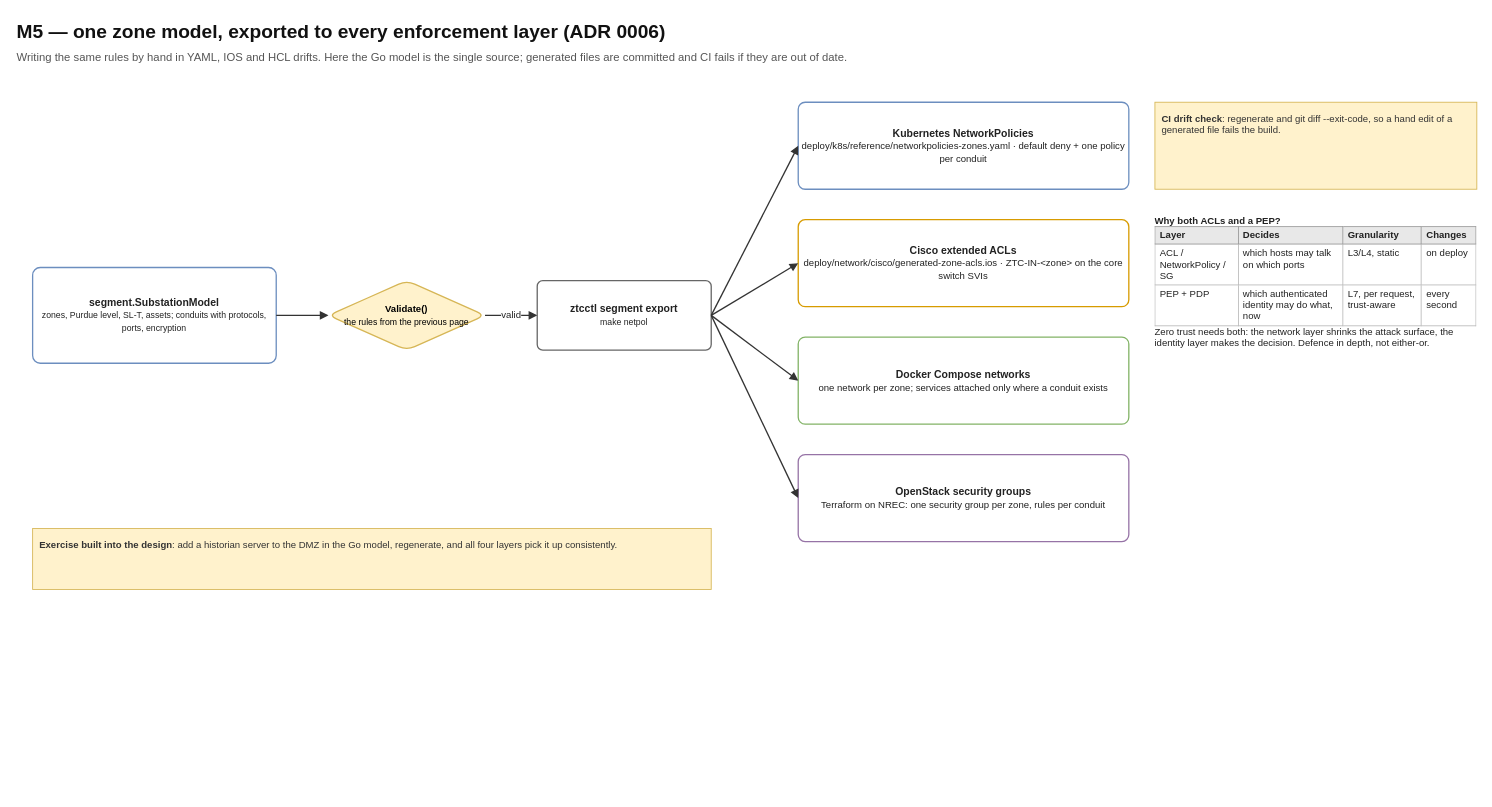
Above: page "One model, four layers" (2 of 2) of Docs/diagrams/10-m5-iec62443-zones.drawio in philipfleischer/zero-trust-continuum (draw.io), before the change. Source tidied: cells renumbered, new cells numbered last; positions are measured from the earlier drawing's top-left corner, leaving out a move shared by most shapes. Both pictures are drawn from the tidied source at 87%, with x=0, y=0 at pixel (15, 15).
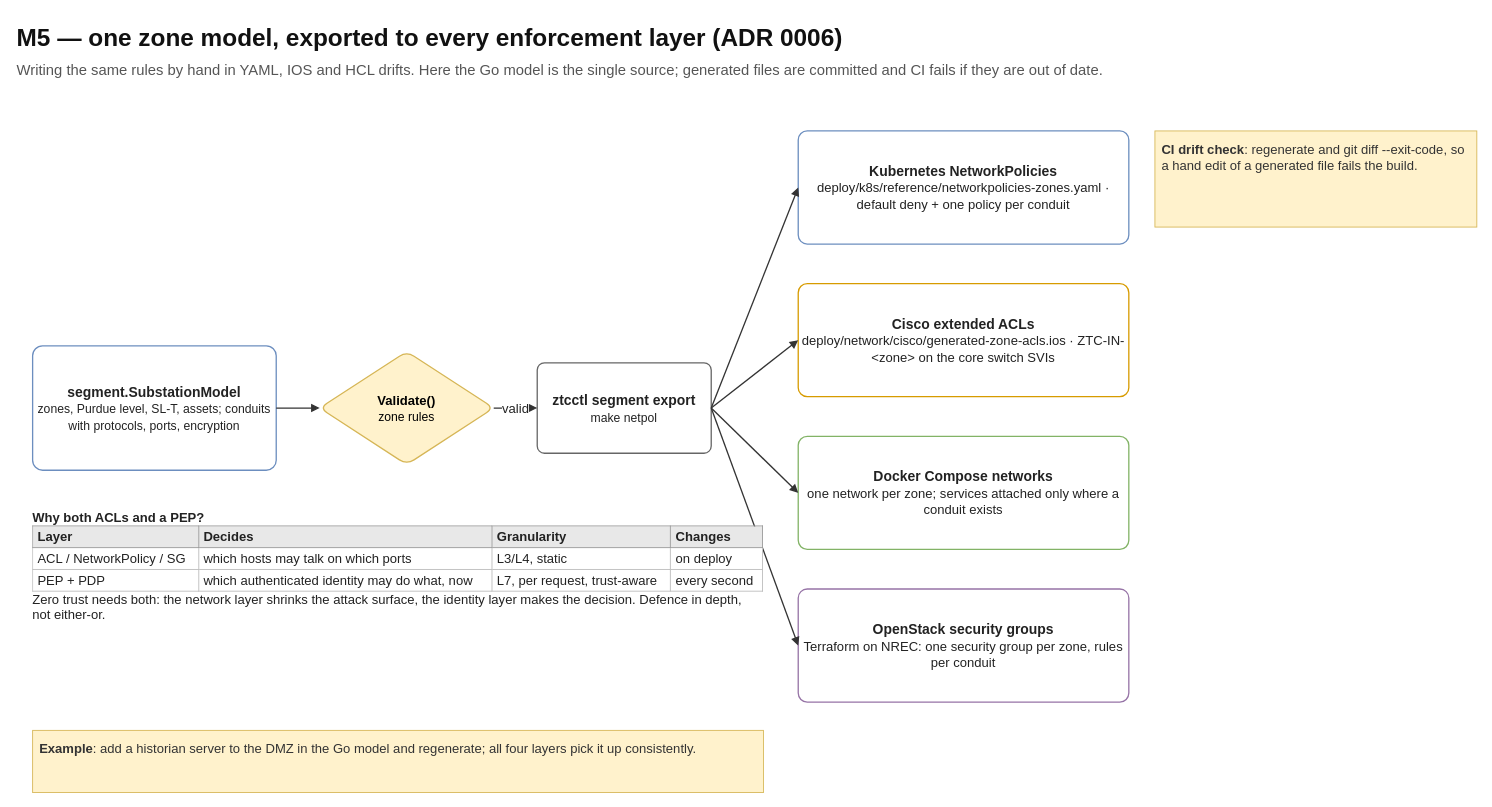
Above is the later version.

Change to the diagram source:
```diff
@@
 <mxGraphModel background="#FFFFFF">
   <root>
     <mxCell id="0" />
     <mxCell id="1" parent="0" />
-    <mxCell id="2" value="M5 — one zone model, exported to every enforcement layer (ADR 0006)" style="whiteSpace=wrap;html=1;fontFamily=Helvetica;text;align=left;verticalAlign=top;fontSize=22;fontStyle=1;fontColor=#111111;" parent="1" vertex="1">
-      <mxGeometry width="1600" height="32" as="geometry" />
+    <mxCell id="2" value="M5 — one zone model, exported to every enforcement layer (ADR 0006)" style="whiteSpace=wrap;html=1;fontFamily=Helvetica;text;align=left;verticalAlign=top;fontSize=28;fontStyle=1;fontColor=#111111;" parent="1" vertex="1">
+      <mxGeometry y="3" width="1600" height="41.6" as="geometry" />
     </mxCell>
-    <mxCell id="3" value="Writing the same rules by hand in YAML, IOS and HCL drifts. Here the Go model is the single source; generated files are committed and CI fails if they are out of date." style="whiteSpace=wrap;html=1;fontFamily=Helvetica;text;align=left;verticalAlign=top;fontSize=13;fontColor=#555555;" parent="1" vertex="1">
-      <mxGeometry y="34" width="1600" height="34" as="geometry" />
+    <mxCell id="3" value="Writing the same rules by hand in YAML, IOS and HCL drifts. Here the Go model is the single source; generated files are committed and CI fails if they are out of date." style="whiteSpace=wrap;html=1;fontFamily=Helvetica;text;align=left;verticalAlign=top;fontSize=17;fontColor=#555555;" parent="1" vertex="1">
+      <mxGeometry y="47.2" width="1600" height="44.2" as="geometry" />
     </mxCell>
-    <mxCell id="4" value="&lt;b&gt;segment.SubstationModel&lt;/b&gt;&lt;br&gt;&lt;span style=&quot;font-size:10px&quot;&gt;zones, Purdue level, SL-T, assets; conduits with protocols, ports, encryption&lt;/span&gt;" style="whiteSpace=wrap;html=1;fontFamily=Helvetica;rounded=1;arcSize=8;fillColor=#ffffff;strokeColor=#6c8ebf;strokeWidth=1.5;fontSize=12;fontColor=#222222;verticalAlign=middle;spacing=4;" parent="1" vertex="1">
-      <mxGeometry x="20" y="290" width="280" height="110" as="geometry" />
+    <mxCell id="4" value="&lt;b&gt;segment.SubstationModel&lt;/b&gt;&lt;br&gt;&lt;span style=&quot;font-size:14px&quot;&gt;zones, Purdue level, SL-T, assets; conduits with protocols, ports, encryption&lt;/span&gt;" style="whiteSpace=wrap;html=1;fontFamily=Helvetica;rounded=1;arcSize=8;fillColor=#ffffff;strokeColor=#6c8ebf;strokeWidth=1.5;fontSize=16;fontColor=#222222;verticalAlign=middle;spacing=4;" parent="1" vertex="1">
+      <mxGeometry x="20" y="380" width="280" height="143" as="geometry" />
     </mxCell>
-    <mxCell id="5" value="&lt;b&gt;Validate()&lt;/b&gt;&lt;br&gt;&lt;span style=&quot;font-size:10px&quot;&gt;the rules from the previous page&lt;/span&gt;" style="whiteSpace=wrap;html=1;fontFamily=Helvetica;rhombus;fillColor=#fff2cc;strokeColor=#d6b656;strokeWidth=1.5;fontSize=11;rounded=1;" parent="1" vertex="1">
-      <mxGeometry x="360" y="305" width="180" height="80" as="geometry" />
+    <mxCell id="5" value="&lt;b&gt;Validate()&lt;/b&gt;&lt;br&gt;&lt;span style=&quot;font-size:14px&quot;&gt;zone rules&lt;/span&gt;" style="whiteSpace=wrap;html=1;fontFamily=Helvetica;rhombus;fillColor=#fff2cc;strokeColor=#d6b656;strokeWidth=1.5;fontSize=15;rounded=1;" parent="1" vertex="1">
+      <mxGeometry x="350" y="386.5" width="200" height="130" as="geometry" />
     </mxCell>
-    <mxCell id="6" value="&lt;b&gt;ztcctl segment export&lt;/b&gt;&lt;br&gt;&lt;span style=&quot;font-size:10px&quot;&gt;make netpol&lt;/span&gt;" style="whiteSpace=wrap;html=1;fontFamily=Helvetica;rounded=1;arcSize=8;fillColor=#ffffff;strokeColor=#666666;strokeWidth=1.5;fontSize=12;fontColor=#222222;verticalAlign=middle;spacing=4;" parent="1" vertex="1">
-      <mxGeometry x="600" y="305" width="200" height="80" as="geometry" />
+    <mxCell id="6" value="&lt;b&gt;ztcctl segment export&lt;/b&gt;&lt;br&gt;&lt;span style=&quot;font-size:14px&quot;&gt;make netpol&lt;/span&gt;" style="whiteSpace=wrap;html=1;fontFamily=Helvetica;rounded=1;arcSize=8;fillColor=#ffffff;strokeColor=#666666;strokeWidth=1.5;fontSize=16;fontColor=#222222;verticalAlign=middle;spacing=4;" parent="1" vertex="1">
+      <mxGeometry x="600" y="399.5" width="200" height="104" as="geometry" />
     </mxCell>
-    <mxCell id="7" style="html=1;endArrow=block;endFill=1;strokeWidth=1.5;fontSize=11;labelBackgroundColor=#ffffff;fontFamily=Helvetica;strokeColor=#333333;fontColor=#222222;" parent="1" edge="1" source="4" target="5">
+    <mxCell id="7" style="html=1;endArrow=block;endFill=1;strokeWidth=1.5;fontSize=15;labelBackgroundColor=#ffffff;fontFamily=Helvetica;strokeColor=#333333;fontColor=#222222;" parent="1" edge="1" source="4" target="5">
       <mxGeometry relative="1" as="geometry" />
     </mxCell>
-    <mxCell id="8" value="valid" style="html=1;endArrow=block;endFill=1;strokeWidth=1.5;fontSize=11;labelBackgroundColor=#ffffff;fontFamily=Helvetica;strokeColor=#333333;fontColor=#222222;" parent="1" edge="1" source="5" target="6">
+    <mxCell id="8" value="valid" style="html=1;endArrow=block;endFill=1;strokeWidth=1.5;fontSize=15;labelBackgroundColor=#ffffff;fontFamily=Helvetica;strokeColor=#333333;fontColor=#222222;" parent="1" edge="1" source="5" target="6">
       <mxGeometry relative="1" as="geometry" />
     </mxCell>
-    <mxCell id="9" value="&lt;b&gt;Kubernetes NetworkPolicies&lt;/b&gt;&lt;br&gt;&lt;span style=&quot;font-size:11px&quot;&gt;deploy/k8s/reference/networkpolicies-zones.yaml · default deny + one policy per conduit&lt;/span&gt;" style="whiteSpace=wrap;html=1;fontFamily=Helvetica;rounded=1;arcSize=8;fillColor=#ffffff;strokeColor=#6c8ebf;strokeWidth=1.5;fontSize=12;fontColor=#222222;verticalAlign=middle;spacing=4;" parent="1" vertex="1">
-      <mxGeometry x="900" y="100" width="380" height="100" as="geometry" />
+    <mxCell id="9" value="&lt;b&gt;Kubernetes NetworkPolicies&lt;/b&gt;&lt;br&gt;&lt;span style=&quot;font-size:15px&quot;&gt;deploy/k8s/reference/networkpolicies-zones.yaml · default deny + one policy per conduit&lt;/span&gt;" style="whiteSpace=wrap;html=1;fontFamily=Helvetica;rounded=1;arcSize=8;fillColor=#ffffff;strokeColor=#6c8ebf;strokeWidth=1.5;fontSize=16;fontColor=#222222;verticalAlign=middle;spacing=4;" parent="1" vertex="1">
+      <mxGeometry x="900" y="133" width="380" height="130" as="geometry" />
     </mxCell>
-    <mxCell id="10" style="html=1;endArrow=block;endFill=1;strokeWidth=1.5;fontSize=11;labelBackgroundColor=#ffffff;fontFamily=Helvetica;strokeColor=#333333;fontColor=#222222;exitX=1;exitY=0.5;exitDx=0;exitDy=0;entryX=0;entryY=0.5;entryDx=0;entryDy=0;" parent="1" edge="1" source="6" target="9">
+    <mxCell id="10" style="html=1;endArrow=block;endFill=1;strokeWidth=1.5;fontSize=15;labelBackgroundColor=#ffffff;fontFamily=Helvetica;strokeColor=#333333;fontColor=#222222;exitX=1;exitY=0.5;exitDx=0;exitDy=0;entryX=0;entryY=0.5;entryDx=0;entryDy=0;" parent="1" edge="1" source="6" target="9">
       <mxGeometry relative="1" as="geometry" />
     </mxCell>
-    <mxCell id="11" value="&lt;b&gt;Cisco extended ACLs&lt;/b&gt;&lt;br&gt;&lt;span style=&quot;font-size:11px&quot;&gt;deploy/network/cisco/generated-zone-acls.ios · ZTC-IN-&amp;lt;zone&amp;gt; on the core switch SVIs&lt;/span&gt;" style="whiteSpace=wrap;html=1;fontFamily=Helvetica;rounded=1;arcSize=8;fillColor=#ffffff;strokeColor=#d79b00;strokeWidth=1.5;fontSize=12;fontColor=#222222;verticalAlign=middle;spacing=4;" parent="1" vertex="1">
-      <mxGeometry x="900" y="235" width="380" height="100" as="geometry" />
+    <mxCell id="11" value="&lt;b&gt;Cisco extended ACLs&lt;/b&gt;&lt;br&gt;&lt;span style=&quot;font-size:15px&quot;&gt;deploy/network/cisco/generated-zone-acls.ios · ZTC-IN-&amp;lt;zone&amp;gt; on the core switch SVIs&lt;/span&gt;" style="whiteSpace=wrap;html=1;fontFamily=Helvetica;rounded=1;arcSize=8;fillColor=#ffffff;strokeColor=#d79b00;strokeWidth=1.5;fontSize=16;fontColor=#222222;verticalAlign=middle;spacing=4;" parent="1" vertex="1">
+      <mxGeometry x="900" y="308.5" width="380" height="130" as="geometry" />
     </mxCell>
-    <mxCell id="12" style="html=1;endArrow=block;endFill=1;strokeWidth=1.5;fontSize=11;labelBackgroundColor=#ffffff;fontFamily=Helvetica;strokeColor=#333333;fontColor=#222222;exitX=1;exitY=0.5;exitDx=0;exitDy=0;entryX=0;entryY=0.5;entryDx=0;entryDy=0;" parent="1" edge="1" source="6" target="11">
+    <mxCell id="12" style="html=1;endArrow=block;endFill=1;strokeWidth=1.5;fontSize=15;labelBackgroundColor=#ffffff;fontFamily=Helvetica;strokeColor=#333333;fontColor=#222222;exitX=1;exitY=0.5;exitDx=0;exitDy=0;entryX=0;entryY=0.5;entryDx=0;entryDy=0;" parent="1" edge="1" source="6" target="11">
       <mxGeometry relative="1" as="geometry" />
     </mxCell>
-    <mxCell id="13" value="&lt;b&gt;Docker Compose networks&lt;/b&gt;&lt;br&gt;&lt;span style=&quot;font-size:11px&quot;&gt;one network per zone; services attached only where a conduit exists&lt;/span&gt;" style="whiteSpace=wrap;html=1;fontFamily=Helvetica;rounded=1;arcSize=8;fillColor=#ffffff;strokeColor=#82b366;strokeWidth=1.5;fontSize=12;fontColor=#222222;verticalAlign=middle;spacing=4;" parent="1" vertex="1">
-      <mxGeometry x="900" y="370" width="380" height="100" as="geometry" />
+    <mxCell id="13" value="&lt;b&gt;Docker Compose networks&lt;/b&gt;&lt;br&gt;&lt;span style=&quot;font-size:15px&quot;&gt;one network per zone; services attached only where a conduit exists&lt;/span&gt;" style="whiteSpace=wrap;html=1;fontFamily=Helvetica;rounded=1;arcSize=8;fillColor=#ffffff;strokeColor=#82b366;strokeWidth=1.5;fontSize=16;fontColor=#222222;verticalAlign=middle;spacing=4;" parent="1" vertex="1">
+      <mxGeometry x="900" y="484" width="380" height="130" as="geometry" />
     </mxCell>
-    <mxCell id="14" style="html=1;endArrow=block;endFill=1;strokeWidth=1.5;fontSize=11;labelBackgroundColor=#ffffff;fontFamily=Helvetica;strokeColor=#333333;fontColor=#222222;exitX=1;exitY=0.5;exitDx=0;exitDy=0;entryX=0;entryY=0.5;entryDx=0;entryDy=0;" parent="1" edge="1" source="6" target="13">
+    <mxCell id="14" style="html=1;endArrow=block;endFill=1;strokeWidth=1.5;fontSize=15;labelBackgroundColor=#ffffff;fontFamily=Helvetica;strokeColor=#333333;fontColor=#222222;exitX=1;exitY=0.5;exitDx=0;exitDy=0;entryX=0;entryY=0.5;entryDx=0;entryDy=0;" parent="1" edge="1" source="6" target="13">
       <mxGeometry relative="1" as="geometry" />
     </mxCell>
-    <mxCell id="15" value="&lt;b&gt;OpenStack security groups&lt;/b&gt;&lt;br&gt;&lt;span style=&quot;font-size:11px&quot;&gt;Terraform on NREC: one security group per zone, rules per conduit&lt;/span&gt;" style="whiteSpace=wrap;html=1;fontFamily=Helvetica;rounded=1;arcSize=8;fillColor=#ffffff;strokeColor=#9673a6;strokeWidth=1.5;fontSize=12;fontColor=#222222;verticalAlign=middle;spacing=4;" parent="1" vertex="1">
-      <mxGeometry x="900" y="505" width="380" height="100" as="geometry" />
+    <mxCell id="15" value="&lt;b&gt;OpenStack security groups&lt;/b&gt;&lt;br&gt;&lt;span style=&quot;font-size:15px&quot;&gt;Terraform on NREC: one security group per zone, rules per conduit&lt;/span&gt;" style="whiteSpace=wrap;html=1;fontFamily=Helvetica;rounded=1;arcSize=8;fillColor=#ffffff;strokeColor=#9673a6;strokeWidth=1.5;fontSize=16;fontColor=#222222;verticalAlign=middle;spacing=4;" parent="1" vertex="1">
+      <mxGeometry x="900" y="659.5" width="380" height="130" as="geometry" />
     </mxCell>
-    <mxCell id="16" style="html=1;endArrow=block;endFill=1;strokeWidth=1.5;fontSize=11;labelBackgroundColor=#ffffff;fontFamily=Helvetica;strokeColor=#333333;fontColor=#222222;exitX=1;exitY=0.5;exitDx=0;exitDy=0;entryX=0;entryY=0.5;entryDx=0;entryDy=0;" parent="1" edge="1" source="6" target="15">
+    <mxCell id="16" style="html=1;endArrow=block;endFill=1;strokeWidth=1.5;fontSize=15;labelBackgroundColor=#ffffff;fontFamily=Helvetica;strokeColor=#333333;fontColor=#222222;exitX=1;exitY=0.5;exitDx=0;exitDy=0;entryX=0;entryY=0.5;entryDx=0;entryDy=0;" parent="1" edge="1" source="6" target="15">
       <mxGeometry relative="1" as="geometry" />
     </mxCell>
-    <mxCell id="17" value="&lt;b&gt;CI drift check&lt;/b&gt;: regenerate and git diff --exit-code, so a hand edit of a generated file fails the build." style="whiteSpace=wrap;html=1;fontFamily=Helvetica;rounded=0;fillColor=#fff2cc;strokeColor=#d6b656;align=left;verticalAlign=top;spacing=8;fontSize=11;fontColor=#333333;" parent="1" vertex="1">
-      <mxGeometry x="1310" y="100" width="370" height="100" as="geometry" />
+    <mxCell id="17" value="&lt;b&gt;CI drift check&lt;/b&gt;: regenerate and git diff --exit-code, so a hand edit of a generated file fails the build." style="whiteSpace=wrap;html=1;fontFamily=Helvetica;rounded=0;fillColor=#fff2cc;strokeColor=#d6b656;align=left;verticalAlign=top;spacing=8;fontSize=15;fontColor=#333333;" parent="1" vertex="1">
+      <mxGeometry x="1310" y="133" width="370" height="110.5" as="geometry" />
     </mxCell>
-    <mxCell id="18" value="&lt;b&gt;Why both ACLs and a PEP?&lt;/b&gt;&lt;table style=&quot;border-collapse:collapse;width:100%;font-size:11px&quot;&gt;&lt;tr&gt;&lt;th style=&quot;border:1px solid #999;background:#e8e8e8;padding:3px 5px;text-align:left;&quot;&gt;Layer&lt;/th&gt;&lt;th style=&quot;border:1px solid #999;background:#e8e8e8;padding:3px 5px;text-align:left;&quot;&gt;Decides&lt;/th&gt;&lt;th style=&quot;border:1px solid #999;background:#e8e8e8;padding:3px 5px;text-align:left;&quot;&gt;Granularity&lt;/th&gt;&lt;th style=&quot;border:1px solid #999;background:#e8e8e8;padding:3px 5px;text-align:left;&quot;&gt;Changes&lt;/th&gt;&lt;/tr&gt;&lt;tr&gt;&lt;td style=&quot;border:1px solid #bbb;padding:3px 5px;vertical-align:top;background:#ffffff;&quot;&gt;ACL / NetworkPolicy / SG&lt;/td&gt;&lt;td style=&quot;border:1px solid #bbb;padding:3px 5px;vertical-align:top;background:#ffffff;&quot;&gt;which hosts may talk on which ports&lt;/td&gt;&lt;td style=&quot;border:1px solid #bbb;padding:3px 5px;vertical-align:top;background:#ffffff;&quot;&gt;L3/L4, static&lt;/td&gt;&lt;td style=&quot;border:1px solid #bbb;padding:3px 5px;vertical-align:top;background:#ffffff;&quot;&gt;on deploy&lt;/td&gt;&lt;/tr&gt;&lt;tr&gt;&lt;td style=&quot;border:1px solid #bbb;padding:3px 5px;vertical-align:top;background:#ffffff;&quot;&gt;PEP + PDP&lt;/td&gt;&lt;td style=&quot;border:1px solid #bbb;padding:3px 5px;vertical-align:top;background:#ffffff;&quot;&gt;which authenticated identity may do what, now&lt;/td&gt;&lt;td style=&quot;border:1px solid #bbb;padding:3px 5px;vertical-align:top;background:#ffffff;&quot;&gt;L7, per request, trust-aware&lt;/td&gt;&lt;td style=&quot;border:1px solid #bbb;padding:3px 5px;vertical-align:top;background:#ffffff;&quot;&gt;every second&lt;/td&gt;&lt;/tr&gt;&lt;/table&gt;&lt;span style=&quot;font-size:11px&quot;&gt;Zero trust needs both: the network layer shrinks the attack surface, the identity layer makes the decision. Defence in depth, not either-or.&lt;/span&gt;" style="whiteSpace=wrap;html=1;fontFamily=Helvetica;text;align=left;verticalAlign=top;fontSize=11;overflow=fill;fontColor=#222222;" parent="1" vertex="1">
-      <mxGeometry x="1310" y="230" width="370" height="260" as="geometry" />
+    <mxCell id="18" value="&lt;b&gt;Why both ACLs and a PEP?&lt;/b&gt;&lt;table style=&quot;border-collapse:collapse;width:100%;font-size:15px&quot;&gt;&lt;tr&gt;&lt;th style=&quot;border:1px solid #999;background:#e8e8e8;padding:3px 5px;text-align:left;&quot;&gt;Layer&lt;/th&gt;&lt;th style=&quot;border:1px solid #999;background:#e8e8e8;padding:3px 5px;text-align:left;&quot;&gt;Decides&lt;/th&gt;&lt;th style=&quot;border:1px solid #999;background:#e8e8e8;padding:3px 5px;text-align:left;&quot;&gt;Granularity&lt;/th&gt;&lt;th style=&quot;border:1px solid #999;background:#e8e8e8;padding:3px 5px;text-align:left;&quot;&gt;Changes&lt;/th&gt;&lt;/tr&gt;&lt;tr&gt;&lt;td style=&quot;border:1px solid #bbb;padding:3px 5px;vertical-align:top;background:#ffffff;&quot;&gt;ACL / NetworkPolicy / SG&lt;/td&gt;&lt;td style=&quot;border:1px solid #bbb;padding:3px 5px;vertical-align:top;background:#ffffff;&quot;&gt;which hosts may talk on which ports&lt;/td&gt;&lt;td style=&quot;border:1px solid #bbb;padding:3px 5px;vertical-align:top;background:#ffffff;&quot;&gt;L3/L4, static&lt;/td&gt;&lt;td style=&quot;border:1px solid #bbb;padding:3px 5px;vertical-align:top;background:#ffffff;&quot;&gt;on deploy&lt;/td&gt;&lt;/tr&gt;&lt;tr&gt;&lt;td style=&quot;border:1px solid #bbb;padding:3px 5px;vertical-align:top;background:#ffffff;&quot;&gt;PEP + PDP&lt;/td&gt;&lt;td style=&quot;border:1px solid #bbb;padding:3px 5px;vertical-align:top;background:#ffffff;&quot;&gt;which authenticated identity may do what, now&lt;/td&gt;&lt;td style=&quot;border:1px solid #bbb;padding:3px 5px;vertical-align:top;background:#ffffff;&quot;&gt;L7, per request, trust-aware&lt;/td&gt;&lt;td style=&quot;border:1px solid #bbb;padding:3px 5px;vertical-align:top;background:#ffffff;&quot;&gt;every second&lt;/td&gt;&lt;/tr&gt;&lt;/table&gt;&lt;span style=&quot;font-size:15px&quot;&gt;Zero trust needs both: the network layer shrinks the attack surface, the identity layer makes the decision. Defence in depth, not either-or.&lt;/span&gt;" style="whiteSpace=wrap;html=1;fontFamily=Helvetica;text;align=left;verticalAlign=top;fontSize=15;overflow=fill;fontColor=#222222;" parent="1" vertex="1">
+      <mxGeometry x="20" y="568.5" width="840" height="221" as="geometry" />
     </mxCell>
-    <mxCell id="19" value="&lt;b&gt;Exercise built into the design&lt;/b&gt;: add a historian server to the DMZ in the Go model, regenerate, and all four layers pick it up consistently." style="whiteSpace=wrap;html=1;fontFamily=Helvetica;rounded=0;fillColor=#fff2cc;strokeColor=#d6b656;align=left;verticalAlign=top;spacing=8;fontSize=11;fontColor=#333333;" parent="1" vertex="1">
-      <mxGeometry x="20" y="590" width="780" height="70" as="geometry" />
+    <mxCell id="19" value="&lt;b&gt;Example&lt;/b&gt;: add a historian server to the DMZ in the Go model and regenerate; all four layers pick it up consistently." style="whiteSpace=wrap;html=1;fontFamily=Helvetica;rounded=0;fillColor=#fff2cc;strokeColor=#d6b656;align=left;verticalAlign=top;spacing=8;fontSize=15;fontColor=#333333;" parent="1" vertex="1">
+      <mxGeometry x="20" y="822" width="840" height="71.5" as="geometry" />
     </mxCell>
   </root>
 </mxGraphModel>
```
